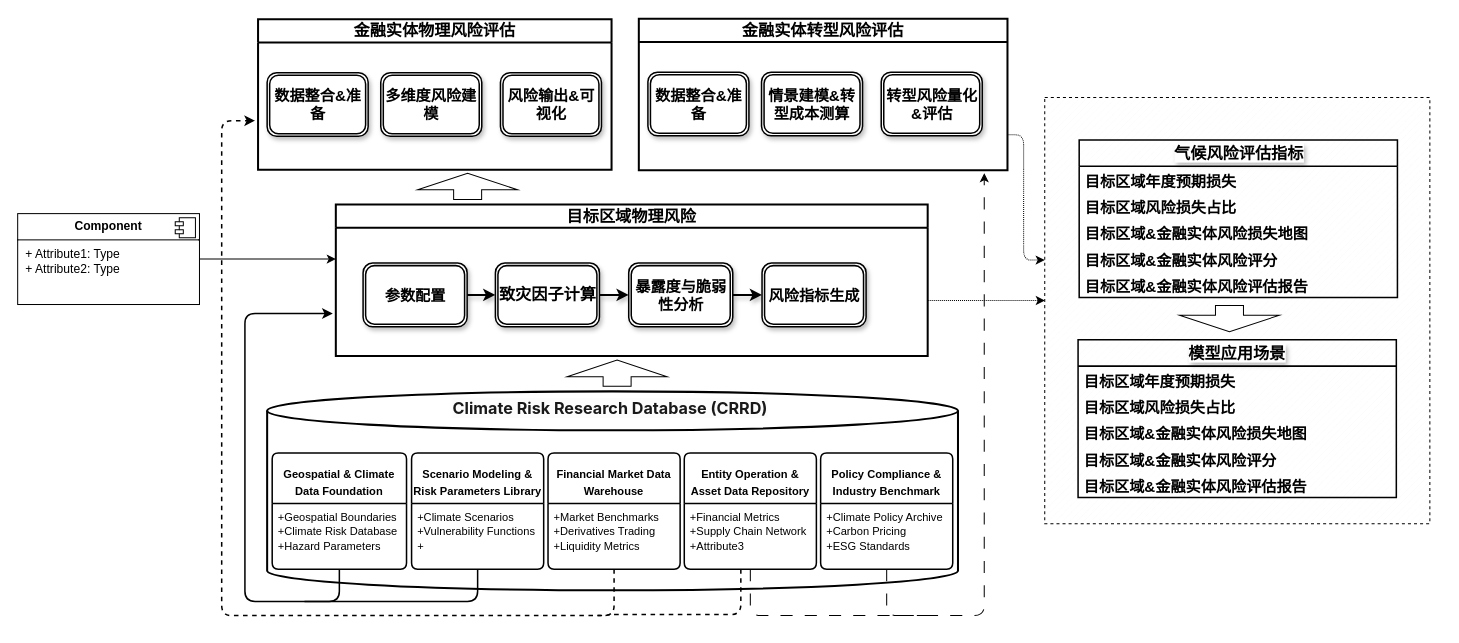
This is youjivest.drawio from RenboLee/drow.io, a draw.io file, before an edit. Source tidied: cells renumbered, new cells numbered last; positions are measured from the earlier drawing's top-left corner, leaving out a move shared by most shapes. Both pictures are drawn from the tidied source at 101%, with x=0, y=0 at pixel (17, 18).
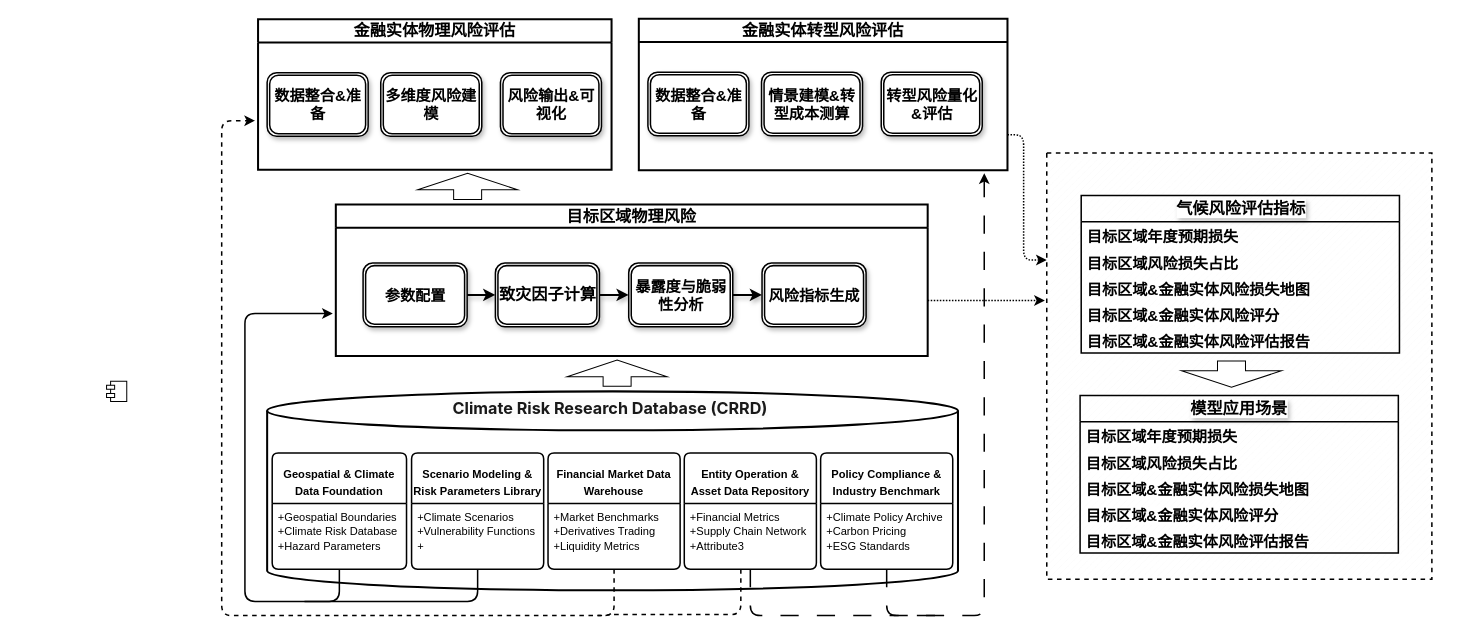
The same diagram, later.

The change refers to these unchanged cells:
```xml
<mxCell id="27" value="&lt;p style=&quot;margin: 6px 0px 0px;&quot;&gt;&lt;span style=&quot;font-size: 11px;&quot;&gt;&lt;b&gt;Entity Operation &amp;amp; Asset Data Repository&lt;/b&gt;&lt;/span&gt;&lt;/p&gt;" style="swimlane;horizontal=1;startSize=50;rounded=1;fontSize=14;fontStyle=0;strokeWidth=1.5;shadow=0;dashed=0;align=center;arcSize=4;whiteSpace=wrap;html=1;" parent="1" vertex="1">
  <mxGeometry x="660" y="430" width="130.8" height="115" as="geometry" />
</mxCell>
<mxCell id="30" value="&lt;p style=&quot;margin: 6px 0px 0px;&quot;&gt;&lt;span style=&quot;font-size: 11px;&quot;&gt;&lt;b&gt;Policy Compliance &amp;amp; Industry Benchmark&lt;/b&gt;&lt;/span&gt;&lt;/p&gt;" style="swimlane;horizontal=1;startSize=50;rounded=1;fontSize=14;fontStyle=0;strokeWidth=1.5;shadow=0;dashed=0;align=center;arcSize=4;whiteSpace=wrap;html=1;" parent="1" vertex="1">
  <mxGeometry x="795" y="430" width="130.8" height="115" as="geometry" />
</mxCell>
<mxCell id="38" value="&lt;font style=&quot;font-size: 16px;&quot;&gt;金融实体转型风险评估&lt;/font&gt;" style="swimlane;whiteSpace=wrap;html=1;align=center;verticalAlign=middle;fontFamily=Helvetica;fontSize=12;strokeWidth=2;fillStyle=solid;labelBackgroundColor=none;" parent="1" vertex="1">
  <mxGeometry x="615" width="365" height="150" as="geometry" />
</mxCell>
```

What changed in the source:
```diff
@@
-    <mxCell id="4" style="edgeStyle=orthogonalEdgeStyle;shape=connector;curved=0;rounded=1;jettySize=auto;html=1;strokeColor=default;align=center;verticalAlign=middle;fontFamily=Helvetica;fontSize=12;fontColor=default;labelBackgroundColor=default;endArrow=classic;" parent="1" edge="1" source="5">
-      <mxGeometry relative="1" as="geometry">
-        <mxPoint x="315" y="238" as="targetPoint" />
-      </mxGeometry>
-    </mxCell>
-    <mxCell id="5" value="&lt;p style=&quot;margin:0px;margin-top:6px;text-align:center;&quot;&gt;&lt;b&gt;Component&lt;/b&gt;&lt;/p&gt;&lt;hr size=&quot;1&quot; style=&quot;border-style:solid;&quot;/&gt;&lt;p style=&quot;margin:0px;margin-left:8px;&quot;&gt;+ Attribute1: Type&lt;br/&gt;+ Attribute2: Type&lt;/p&gt;" style="align=left;overflow=fill;html=1;whiteSpace=wrap;verticalAlign=middle;fontFamily=Helvetica;fontSize=12;labelBackgroundColor=none;" parent="1" vertex="1">
-      <mxGeometry y="193" width="180" height="90" as="geometry" />
-    </mxCell>
-    <mxCell id="6" style="shape=component;jettyWidth=8;jettyHeight=4;align=center;verticalAlign=middle;fontFamily=Helvetica;fontSize=12;labelBackgroundColor=none;" parent="5" vertex="1">
-      <mxGeometry x="1" width="20" height="20" relative="1" as="geometry">
-        <mxPoint x="-24" y="4" as="offset" />
-      </mxGeometry>
-    </mxCell>
-    <mxCell id="7" style="edgeStyle=orthogonalEdgeStyle;shape=connector;curved=0;rounded=1;orthogonalLoop=1;jettySize=auto;html=1;strokeColor=default;align=center;verticalAlign=middle;fontFamily=Helvetica;fontSize=12;fontColor=default;labelBackgroundColor=default;endArrow=classic;dashed=1;dashPattern=1 1;" parent="1" edge="1">
+    <mxCell id="7" style="edgeStyle=orthogonalEdgeStyle;shape=connector;curved=0;rounded=1;orthogonalLoop=1;jettySize=auto;html=1;strokeColor=default;align=center;verticalAlign=middle;fontFamily=Helvetica;fontSize=12;fontColor=default;labelBackgroundColor=default;endArrow=classic;dashed=1;dashPattern=1 1;strokeWidth=1.5;" parent="1" edge="1">
       <mxGeometry relative="1" as="geometry">
         <mxPoint x="901" y="279" as="sourcePoint" />
         <mxPoint x="1017" y="279" as="targetPoint" />
       </mxGeometry>
     </mxCell>
@@
-    <mxCell id="26" style="edgeStyle=orthogonalEdgeStyle;shape=connector;curved=0;rounded=1;jettySize=auto;html=1;strokeColor=default;align=center;verticalAlign=middle;fontFamily=Helvetica;fontSize=12;fontColor=default;labelBackgroundColor=default;endArrow=classic;dashed=1;dashPattern=12 12;" parent="1" edge="1" source="27">
+    <mxCell id="26" style="edgeStyle=orthogonalEdgeStyle;shape=connector;curved=0;rounded=1;jettySize=auto;html=1;strokeColor=default;align=center;verticalAlign=middle;fontFamily=Helvetica;fontSize=12;fontColor=default;labelBackgroundColor=default;endArrow=classic;dashed=1;dashPattern=12 12;strokeWidth=1.5;" parent="1" edge="1" source="27">
       <mxGeometry relative="1" as="geometry">
         <mxPoint x="957" y="153" as="targetPoint" />
         <Array as="points">
           <mxPoint x="725" y="591" />
           <mxPoint x="957" y="591" />
         </Array>
       </mxGeometry>
     </mxCell>
@@
-    <mxCell id="29" style="edgeStyle=orthogonalEdgeStyle;shape=connector;curved=0;rounded=1;jettySize=auto;html=1;strokeColor=default;align=center;verticalAlign=middle;fontFamily=Helvetica;fontSize=12;fontColor=default;labelBackgroundColor=default;endArrow=none;startFill=0;dashed=1;dashPattern=12 12;" parent="1" edge="1" source="30">
+    <mxCell id="29" style="edgeStyle=orthogonalEdgeStyle;shape=connector;curved=0;rounded=1;jettySize=auto;html=1;strokeColor=default;align=center;verticalAlign=middle;fontFamily=Helvetica;fontSize=12;fontColor=default;labelBackgroundColor=default;endArrow=none;startFill=0;dashed=1;dashPattern=12 12;strokeWidth=1.5;" parent="1" edge="1" source="30">
       <mxGeometry relative="1" as="geometry">
         <mxPoint x="912" y="591" as="targetPoint" />
         <Array as="points">
           <mxPoint x="860" y="591" />
         </Array>
       </mxGeometry>
     </mxCell>
@@
-    <mxCell id="37" style="edgeStyle=orthogonalEdgeStyle;shape=connector;curved=0;rounded=1;jettySize=auto;html=1;strokeColor=default;align=center;verticalAlign=middle;fontFamily=Helvetica;fontSize=12;fontColor=default;labelBackgroundColor=default;endArrow=classic;dashed=1;dashPattern=1 1;" parent="1" edge="1" source="38" target="44">
+    <mxCell id="37" style="edgeStyle=orthogonalEdgeStyle;shape=connector;curved=0;rounded=1;jettySize=auto;html=1;strokeColor=default;align=center;verticalAlign=middle;fontFamily=Helvetica;fontSize=12;fontColor=default;labelBackgroundColor=default;endArrow=classic;dashed=1;dashPattern=1 1;strokeWidth=1.5;" parent="1" edge="1" source="38" target="44">
       <mxGeometry relative="1" as="geometry">
         <Array as="points">
           <mxPoint x="996" y="115" />
           <mxPoint x="996" y="239" />
         </Array>
       </mxGeometry>
     </mxCell>
@@
     <mxCell id="43" style="group;" parent="1" vertex="1">
-      <mxGeometry x="1007" y="89" width="401" height="458" as="geometry" />
+      <mxGeometry x="1009" y="144" width="401" height="458" as="geometry" />
     </mxCell>
-    <mxCell id="44" style="verticalLabelPosition=bottom;verticalAlign=top;html=1;shape=mxgraph.basic.patternFillRect;fillStyle=diag;step=5;fillStrokeWidth=0.2;fillStrokeColor=#dddddd;strokeColor=default;align=center;fontFamily=Helvetica;fontSize=12;fontColor=default;labelBackgroundColor=default;fillColor=default;dashed=1;" parent="43" vertex="1">
+    <mxCell id="44" style="verticalLabelPosition=bottom;verticalAlign=top;html=1;shape=mxgraph.basic.patternFillRect;fillStyle=diag;step=5;fillStrokeWidth=0.2;fillStrokeColor=#dddddd;strokeColor=default;align=center;fontFamily=Helvetica;fontSize=12;fontColor=default;labelBackgroundColor=default;fillColor=default;dashed=1;strokeWidth=1.5;" parent="43" vertex="1">
       <mxGeometry x="9.9" y="-11" width="381.3" height="422" as="geometry" />
     </mxCell>
@@
+    <mxCell id="58" style="shape=component;jettyWidth=8;jettyHeight=4;align=center;verticalAlign=middle;fontFamily=Helvetica;fontSize=12;labelBackgroundColor=none;" parent="1" vertex="1">
+      <mxGeometry x="88" y="359" width="20" height="20" as="geometry" />
+    </mxCell>
```
